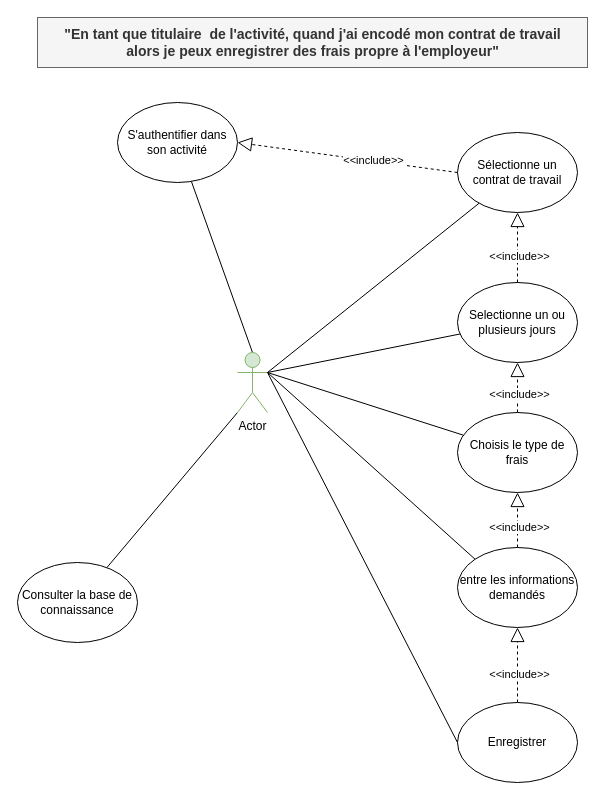
The draw.io diagram page "Cas d'utilisation FPE" (5 of 7) of Model conceptuel.drawio in Idir-smart/SandBox, before the edit. Source tidied: cells renumbered, new cells numbered last; positions are measured from the earlier drawing's top-left corner, leaving out a move shared by most shapes. Both pictures are drawn from the tidied source at 100%, with x=0, y=0 at pixel (17, 17).
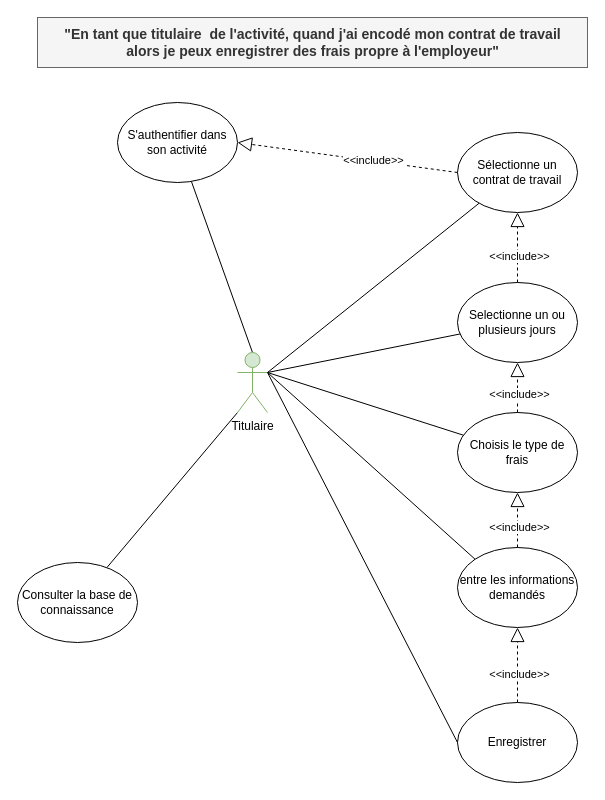
The same page after the edit.

Diff of the diagram source:
```diff
@@
-    <mxCell id="7" value="Actor" style="shape=umlActor;verticalLabelPosition=bottom;verticalAlign=top;html=1;outlineConnect=0;fillColor=#d5e8d4;strokeColor=#82b366;" parent="1" vertex="1">
+    <mxCell id="7" value="Titulaire" style="shape=umlActor;verticalLabelPosition=bottom;verticalAlign=top;html=1;outlineConnect=0;fillColor=#d5e8d4;strokeColor=#82b366;" parent="1" vertex="1">
       <mxGeometry x="220" y="335" width="30" height="60" as="geometry" />
     </mxCell>
```
